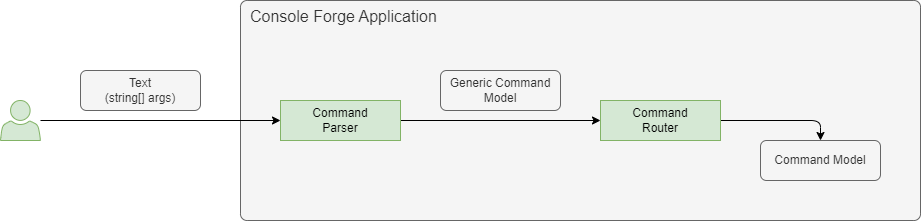
Above: doc/internal-structure.drawio.png in lastunicorn/ConsoleTools.Commando (draw.io), before the change. Source tidied: cells renumbered, new cells last; positions are measured from the earlier drawing's top-left corner, leaving out a move shared by most shapes.
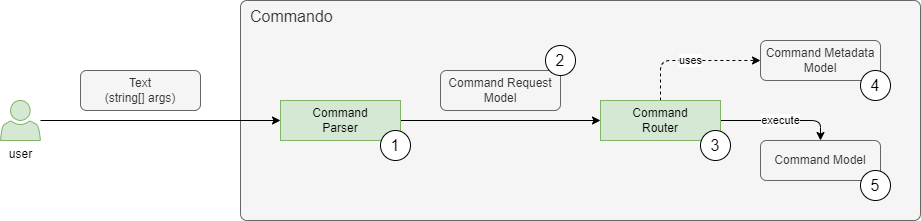
After the change.

The edit, as a diff of the source:
```diff
@@ -2,7 +2,7 @@
   <root>
     <mxCell id="0" />
     <mxCell id="1" parent="0" />
-    <mxCell id="2" value="Console Forge Application" style="rounded=1;whiteSpace=wrap;html=1;fillColor=#f5f5f5;fontColor=#333333;strokeColor=#666666;arcSize=3;align=left;verticalAlign=top;spacingLeft=8;fontSize=16;" parent="1" vertex="1">
+    <mxCell id="2" value="Commando" style="rounded=1;whiteSpace=wrap;html=1;fillColor=#f5f5f5;fontColor=#333333;strokeColor=#666666;arcSize=3;align=left;verticalAlign=top;spacingLeft=8;fontSize=16;" parent="1" vertex="1">
       <mxGeometry x="240" width="680" height="220" as="geometry" />
     </mxCell>
     <mxCell id="3" value="Text&lt;br&gt;(string[] args)" style="rounded=1;whiteSpace=wrap;html=1;fillColor=#f5f5f5;fontColor=#333333;strokeColor=#666666;" parent="1" vertex="1">
@@ -17,20 +17,41 @@
     <mxCell id="6" value="Command&lt;br&gt;Parser" style="rounded=0;whiteSpace=wrap;html=1;points=[&#10;[0,0],[0.125,0],[0.25,0],[0.375,0],[0.5,0],[0.625,0],[0.75,0],[0.875,0],&#10;[1,0],[1,0.125],[1,0.25],[1,0.375],[1,0.5],[1,0.625],[1,0.75],[1,0.875],&#10;[1,1],[0.875,1],[0.75,1],[0.625,1],[0.5,1],[0.375,1],[0.25,1],[0.125,1],&#10;[0,1],[0,0.875],[0,0.75],[0,0.625],[0,0.5],[0,0.375],[0,0.25],[0,0.125]&#10;];fillColor=#d5e8d4;strokeColor=#82b366;" parent="1" vertex="1">
       <mxGeometry x="280" y="100" width="120" height="40" as="geometry" />
     </mxCell>
-    <mxCell id="7" value="Generic Command Model" style="rounded=1;whiteSpace=wrap;html=1;fillColor=#f5f5f5;strokeColor=#666666;fontColor=#333333;" parent="1" vertex="1">
+    <mxCell id="7" value="Command Request Model" style="rounded=1;whiteSpace=wrap;html=1;fillColor=#f5f5f5;strokeColor=#666666;fontColor=#333333;" parent="1" vertex="1">
       <mxGeometry x="440" y="70" width="120" height="40" as="geometry" />
     </mxCell>
-    <mxCell id="8" style="edgeStyle=orthogonalEdgeStyle;rounded=1;jettySize=auto;html=1;exitX=1;exitY=0.5;exitDx=0;exitDy=0;entryX=0.5;entryY=0;entryDx=0;entryDy=0;" parent="1" edge="1" source="9" target="10">
+    <mxCell id="8" value="execute" style="edgeStyle=orthogonalEdgeStyle;rounded=1;jettySize=auto;html=1;exitX=1;exitY=0.5;exitDx=0;exitDy=0;entryX=0.5;entryY=0;entryDx=0;entryDy=0;" parent="1" edge="1" source="9" target="10">
       <mxGeometry relative="1" as="geometry" />
     </mxCell>
+    <mxCell id="12" value="uses" style="edgeStyle=orthogonalEdgeStyle;rounded=1;jettySize=auto;html=1;exitX=0.5;exitY=0;exitDx=0;exitDy=0;entryX=0;entryY=0.5;entryDx=0;entryDy=0;dashed=1;" parent="1" edge="1" source="9" target="13">
+      <mxGeometry relative="1" as="geometry" />
+    </mxCell>
     <mxCell id="9" value="Command&lt;br&gt;Router" style="rounded=0;whiteSpace=wrap;html=1;points=[&#10;[0,0],[0.125,0],[0.25,0],[0.375,0],[0.5,0],[0.625,0],[0.75,0],[0.875,0],&#10;[1,0],[1,0.125],[1,0.25],[1,0.375],[1,0.5],[1,0.625],[1,0.75],[1,0.875],&#10;[1,1],[0.875,1],[0.75,1],[0.625,1],[0.5,1],[0.375,1],[0.25,1],[0.125,1],&#10;[0,1],[0,0.875],[0,0.75],[0,0.625],[0,0.5],[0,0.375],[0,0.25],[0,0.125]&#10;];fillColor=#d5e8d4;strokeColor=#82b366;" parent="1" vertex="1">
       <mxGeometry x="600" y="100" width="120" height="40" as="geometry" />
     </mxCell>
     <mxCell id="10" value="Command Model" style="rounded=1;whiteSpace=wrap;html=1;points=[&#10;[0,0],[0.125,0],[0.25,0],[0.375,0],[0.5,0],[0.625,0],[0.75,0],[0.875,0],&#10;[1,0],[1,0.125],[1,0.25],[1,0.375],[1,0.5],[1,0.625],[1,0.75],[1,0.875],&#10;[1,1],[0.875,1],[0.75,1],[0.625,1],[0.5,1],[0.375,1],[0.25,1],[0.125,1],&#10;[0,1],[0,0.875],[0,0.75],[0,0.625],[0,0.5],[0,0.375],[0,0.25],[0,0.125]&#10;];fillColor=#f5f5f5;fontColor=#333333;strokeColor=#666666;gradientDirection=east;" parent="1" vertex="1">
       <mxGeometry x="760" y="140" width="120" height="40" as="geometry" />
     </mxCell>
-    <mxCell id="11" style="sketch=0;shadow=0;dashed=0;html=1;strokeColor=#82b366;fillColor=#d5e8d4;labelPosition=center;verticalLabelPosition=bottom;verticalAlign=top;outlineConnect=0;align=center;shape=mxgraph.office.users.user;rounded=1;" parent="1" vertex="1">
+    <mxCell id="11" value="user" style="sketch=0;shadow=0;dashed=0;html=1;strokeColor=#82b366;fillColor=#d5e8d4;labelPosition=center;verticalLabelPosition=bottom;verticalAlign=top;outlineConnect=0;align=center;shape=mxgraph.office.users.user;rounded=1;" parent="1" vertex="1">
       <mxGeometry y="100" width="40" height="40" as="geometry" />
     </mxCell>
+    <mxCell id="13" value="Command Metadata Model" style="rounded=1;whiteSpace=wrap;html=1;points=[&#10;[0,0],[0.125,0],[0.25,0],[0.375,0],[0.5,0],[0.625,0],[0.75,0],[0.875,0],&#10;[1,0],[1,0.125],[1,0.25],[1,0.375],[1,0.5],[1,0.625],[1,0.75],[1,0.875],&#10;[1,1],[0.875,1],[0.75,1],[0.625,1],[0.5,1],[0.375,1],[0.25,1],[0.125,1],&#10;[0,1],[0,0.875],[0,0.75],[0,0.625],[0,0.5],[0,0.375],[0,0.25],[0,0.125]&#10;];fillColor=#f5f5f5;fontColor=#333333;strokeColor=#666666;gradientDirection=east;" parent="1" vertex="1">
+      <mxGeometry x="760" y="40" width="120" height="40" as="geometry" />
+    </mxCell>
+    <mxCell id="14" value="1" style="ellipse;whiteSpace=wrap;html=1;fontSize=16;" parent="1" vertex="1">
+      <mxGeometry x="380" y="130" width="30" height="30" as="geometry" />
+    </mxCell>
+    <mxCell id="15" value="3" style="ellipse;whiteSpace=wrap;html=1;fontSize=16;" parent="1" vertex="1">
+      <mxGeometry x="700" y="130" width="30" height="30" as="geometry" />
+    </mxCell>
+    <mxCell id="16" value="2" style="ellipse;whiteSpace=wrap;html=1;fontSize=16;" parent="1" vertex="1">
+      <mxGeometry x="545" y="45" width="30" height="30" as="geometry" />
+    </mxCell>
+    <mxCell id="17" value="4" style="ellipse;whiteSpace=wrap;html=1;fontSize=16;" parent="1" vertex="1">
+      <mxGeometry x="860" y="70" width="30" height="30" as="geometry" />
+    </mxCell>
+    <mxCell id="18" value="5" style="ellipse;whiteSpace=wrap;html=1;fontSize=16;" parent="1" vertex="1">
+      <mxGeometry x="860" y="170" width="30" height="30" as="geometry" />
+    </mxCell>
   </root>
 </mxGraphModel>
```
